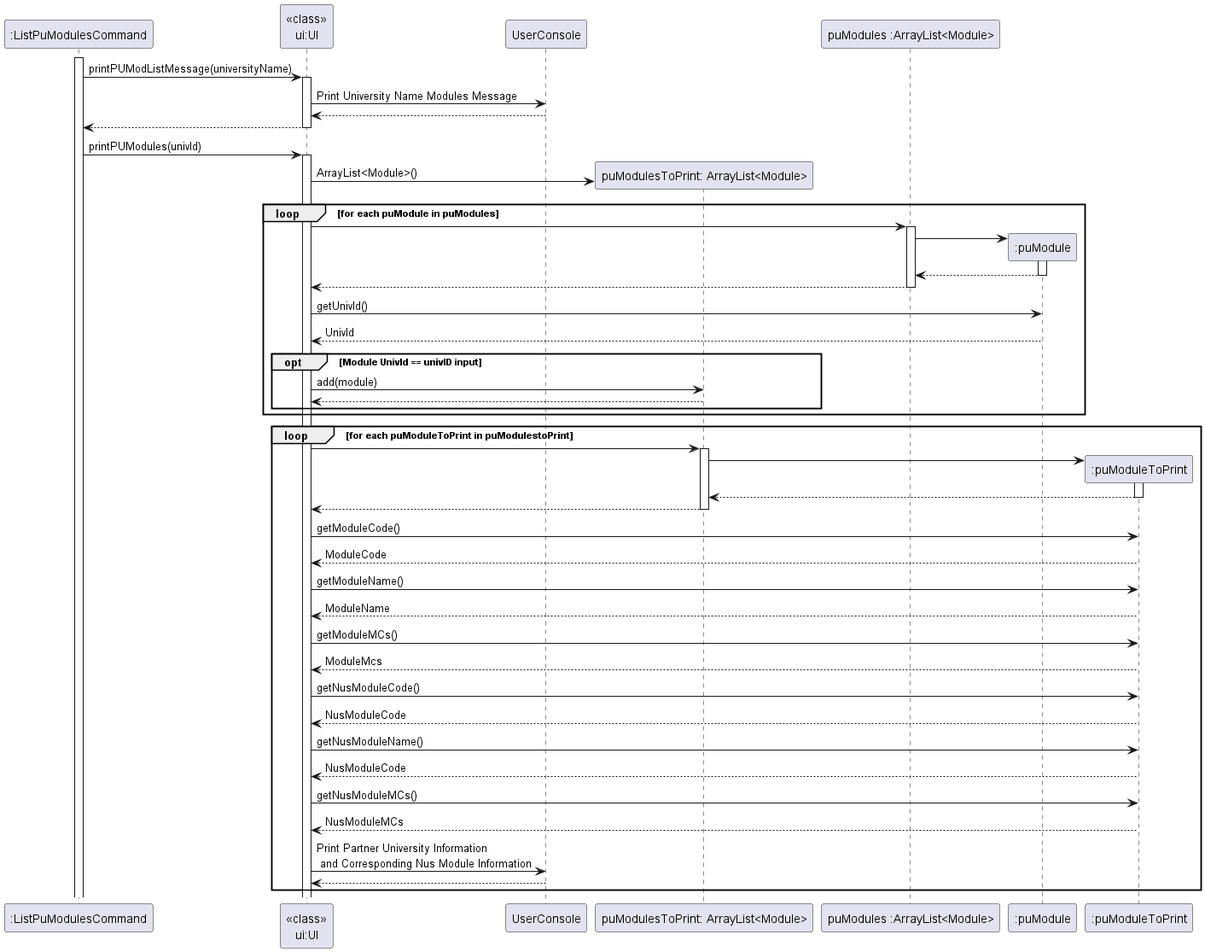
Above: docs/diagrams/Commands/ListPuModulesCommandSequenceDiagram.png in nus-cs2113-AY2223S2/tp (PlantUML), before the change. The source it was exported from:
```plantuml
@startuml

activate ":ListPuModulesCommand"

":ListPuModulesCommand" -> "<<class>>\nui:UI" : printPUModListMessage(universityName)
activate "<<class>>\nui:UI"
"<<class>>\nui:UI" -> UserConsole : Print University Name Modules Message
"<<class>>\nui:UI" <-- UserConsole

":ListPuModulesCommand" <-- "<<class>>\nui:UI"
deactivate "<<class>>\nui:UI"

":ListPuModulesCommand" -> "<<class>>\nui:UI" : printPUModules(univId)
activate "<<class>>\nui:UI"

create "puModulesToPrint: ArrayList<Module>"
"<<class>>\nui:UI" -> "puModulesToPrint: ArrayList<Module>" : ArrayList<Module>()

loop for each puModule in puModules
    "<<class>>\nui:UI" -> "puModules :ArrayList<Module>"
    activate "puModules :ArrayList<Module>"
    create ":puModule"
    "puModules :ArrayList<Module>" -> ":puModule"
    activate ":puModule"
    "puModules :ArrayList<Module>" <-- ":puModule"
    deactivate ":puModule"
    "<<class>>\nui:UI" <-- "puModules :ArrayList<Module>"
    deactivate "puModules :ArrayList<Module>"



    "<<class>>\nui:UI" -> ":puModule" : getUnivId()
    "<<class>>\nui:UI" <-- ":puModule" : UnivId
        opt Module UnivId == univID input
        "<<class>>\nui:UI" -> "puModulesToPrint: ArrayList<Module>": add(module)
        "<<class>>\nui:UI" <-- "puModulesToPrint: ArrayList<Module>"
        end
end
loop for each puModuleToPrint in puModulestoPrint

     "<<class>>\nui:UI" -> "puModulesToPrint: ArrayList<Module>"
     activate "puModulesToPrint: ArrayList<Module>"
     create ":puModuleToPrint"
     "puModulesToPrint: ArrayList<Module>" -> ":puModuleToPrint"
     activate ":puModuleToPrint"
     "puModulesToPrint: ArrayList<Module>" <-- ":puModuleToPrint"
     deactivate ":puModuleToPrint"
     "<<class>>\nui:UI" <-- "puModulesToPrint: ArrayList<Module>"
     deactivate "puModulesToPrint: ArrayList<Module>"





    "<<class>>\nui:UI" -> ":puModuleToPrint" : getModuleCode()
    "<<class>>\nui:UI" <-- ":puModuleToPrint" : ModuleCode

    "<<class>>\nui:UI" -> ":puModuleToPrint" : getModuleName()
    "<<class>>\nui:UI" <-- ":puModuleToPrint" : ModuleName
    "<<class>>\nui:UI" -> ":puModuleToPrint" : getModuleMCs()
    "<<class>>\nui:UI" <-- ":puModuleToPrint" : ModuleMcs
    "<<class>>\nui:UI" -> ":puModuleToPrint" : getNusModuleCode()
    "<<class>>\nui:UI" <-- ":puModuleToPrint" : NusModuleCode
    "<<class>>\nui:UI" -> ":puModuleToPrint" : getNusModuleName()
    "<<class>>\nui:UI" <-- ":puModuleToPrint" : NusModuleCode
    "<<class>>\nui:UI" -> ":puModuleToPrint" : getNusModuleMCs()
    "<<class>>\nui:UI" <-- ":puModuleToPrint" : NusModuleMCs


    "<<class>>\nui:UI" -> UserConsole : Print Partner University Information\n and Corresponding Nus Module Information
    "<<class>>\nui:UI" <-- UserConsole

end



@enduml
```
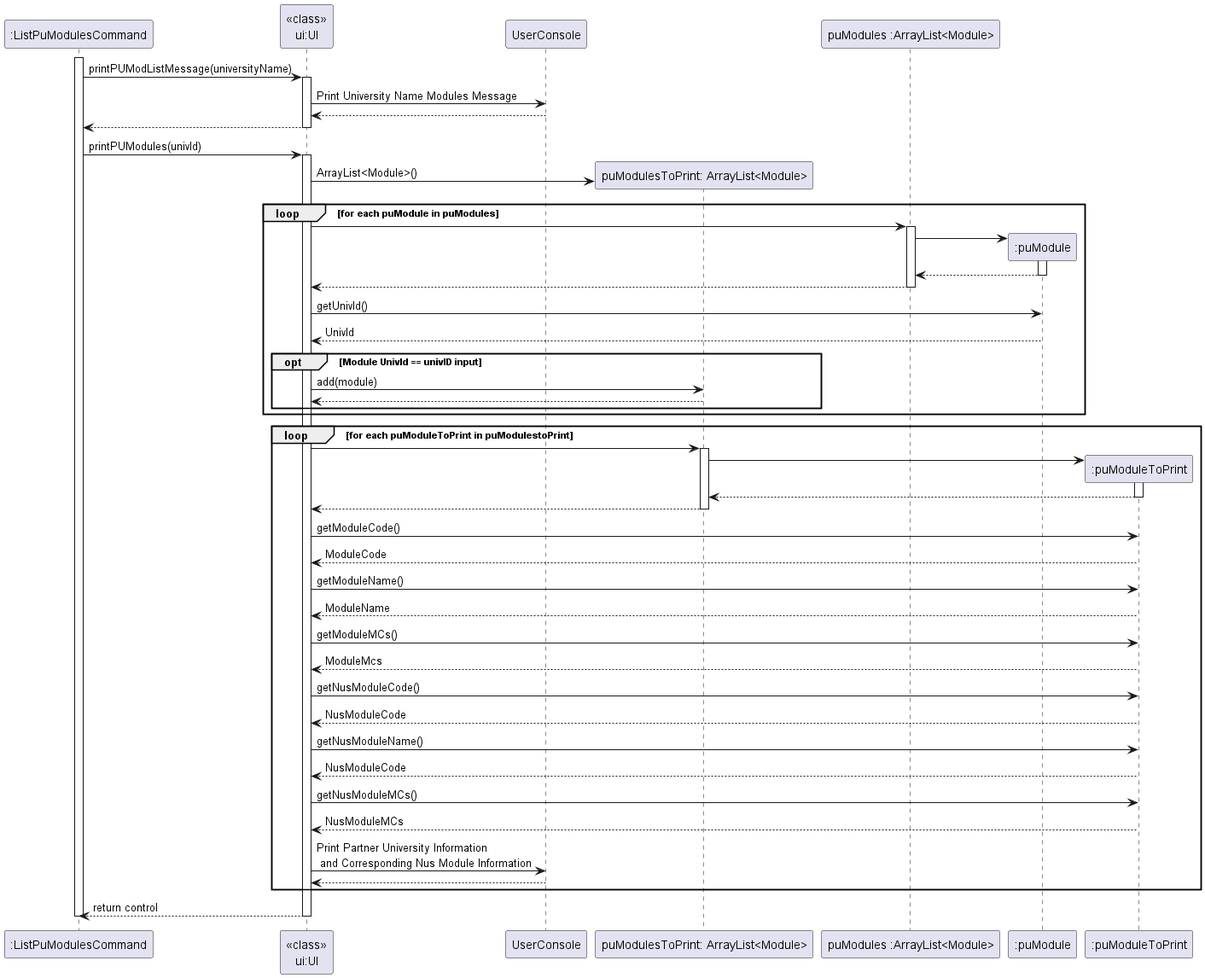
Later version of the same file.

Commit message:
Update Sequence Diagram for command, fix activation bar cutting off at the end

Change to the diagram source:
```diff
@@ -71,7 +71,9 @@
     "<<class>>\nui:UI" <-- UserConsole
 
 end
-
+"<<class>>\nui:UI" --> ":ListPuModulesCommand": return control
+deactivate "<<class>>\nui:UI"
+deactivate ":ListPuModulesCommand"
 
 
 @enduml
```
